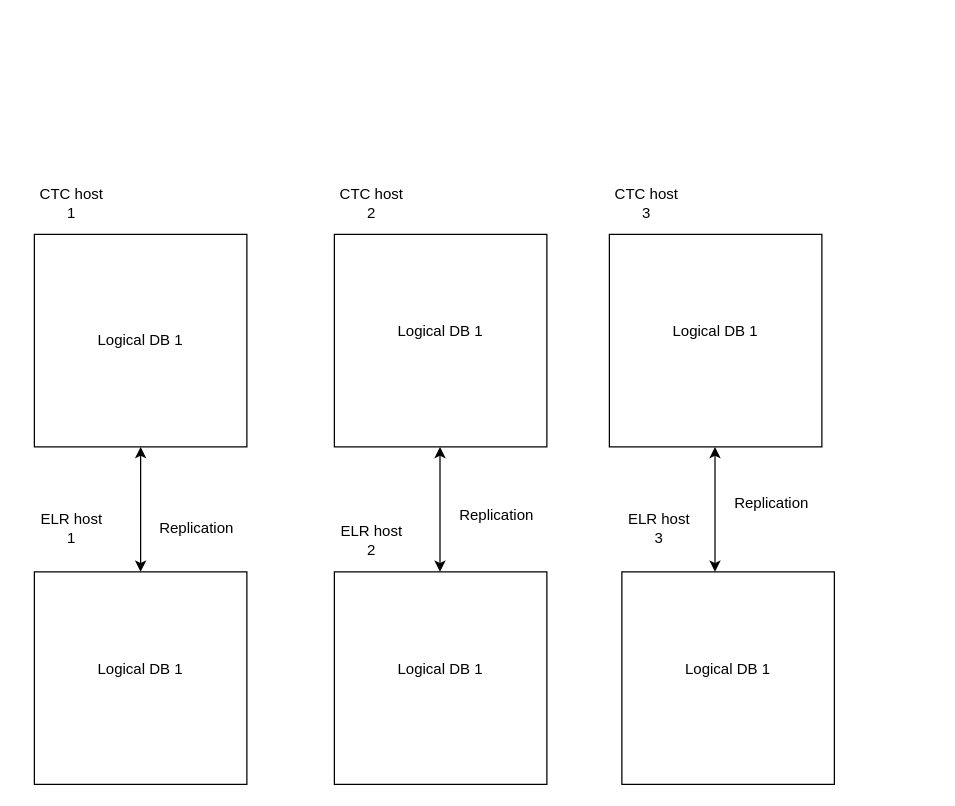
Before: Redis Cache Layout Prod.drawio in anshuldevmehta/RandomDiagrams, a draw.io diagram. Source tidied: cells renumbered, new cells numbered last; positions are measured from the earlier drawing's top-left corner, leaving out a move shared by most shapes. Both pictures are drawn from the tidied source at 125%, with x=0, y=0 at pixel (34, 184).
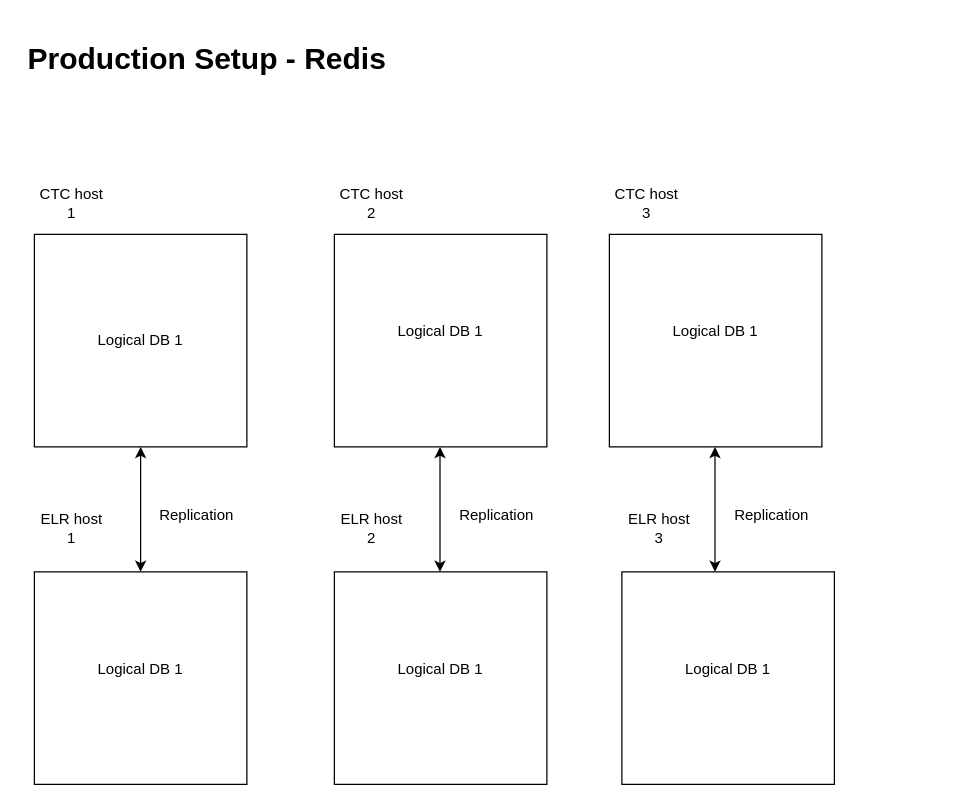
The same page after the edit.

Diff of the diagram source:
```diff
@@
     <mxCell id="12" value="ELR host 2" style="text;html=1;strokeColor=none;fillColor=none;align=center;verticalAlign=middle;whiteSpace=wrap;rounded=0;" parent="1" vertex="1">
-      <mxGeometry x="240" y="270" width="60" height="30" as="geometry" />
+      <mxGeometry x="240" y="260" width="60" height="30" as="geometry" />
     </mxCell>
@@
     <mxCell id="17" value="Replication" style="text;html=1;strokeColor=none;fillColor=none;align=center;verticalAlign=middle;whiteSpace=wrap;rounded=0;" parent="1" vertex="1">
-      <mxGeometry x="100" y="260" width="60" height="30" as="geometry" />
+      <mxGeometry x="100" y="250" width="60" height="30" as="geometry" />
     </mxCell>
@@
     <mxCell id="19" value="Replication" style="text;html=1;strokeColor=none;fillColor=none;align=center;verticalAlign=middle;whiteSpace=wrap;rounded=0;" parent="1" vertex="1">
-      <mxGeometry x="560" y="240" width="60" height="30" as="geometry" />
+      <mxGeometry x="560" y="250" width="60" height="30" as="geometry" />
     </mxCell>
+    <mxCell id="20" value="&lt;h1&gt;Production Setup - Redis&lt;br&gt;&lt;/h1&gt;" style="text;html=1;strokeColor=none;fillColor=none;spacing=5;spacingTop=-20;whiteSpace=wrap;overflow=hidden;rounded=0;" parent="1" vertex="1">
+      <mxGeometry x="-10" y="-120" width="730" height="40" as="geometry" />
+    </mxCell>
```
